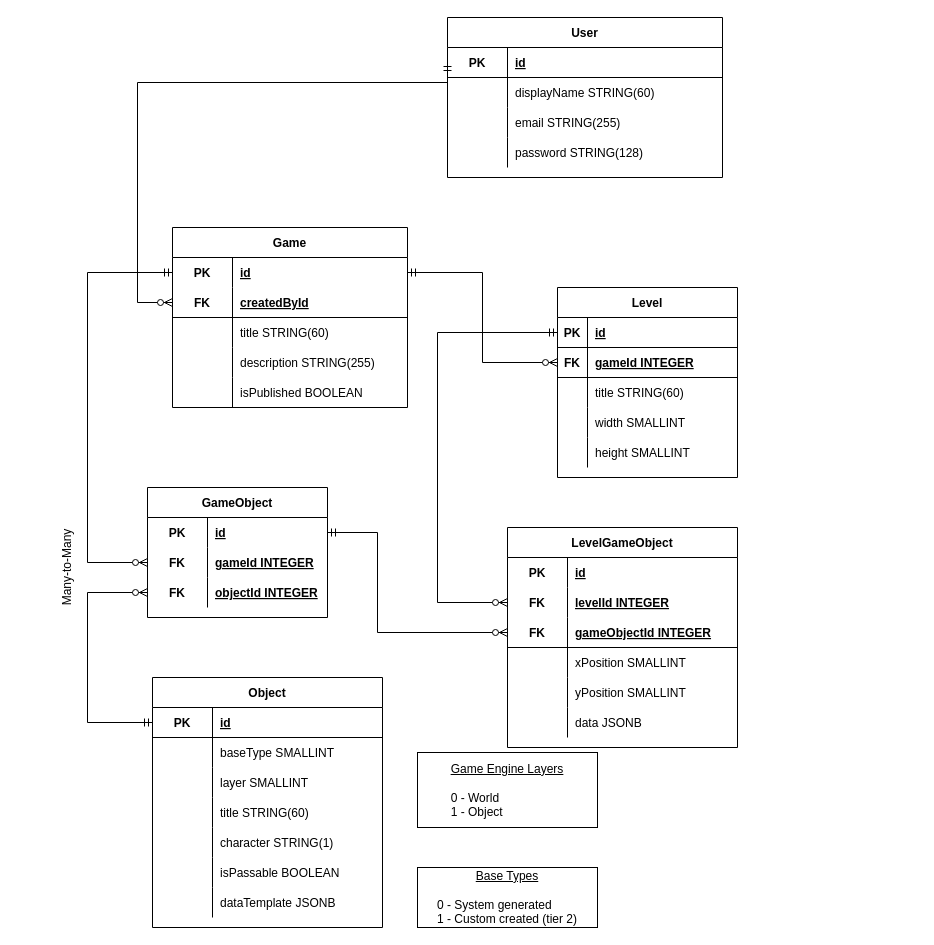
This is docs/DatabaseERD - tier 1.drawio from CS4450-ASCII/ASCIIDungeons, a draw.io file, before an edit. Source tidied: cells renumbered, new cells numbered last; positions are measured from the earlier drawing's top-left corner, leaving out a move shared by most shapes. Both pictures are drawn from the tidied source at 100%, with x=0, y=0 at pixel (17, 17).
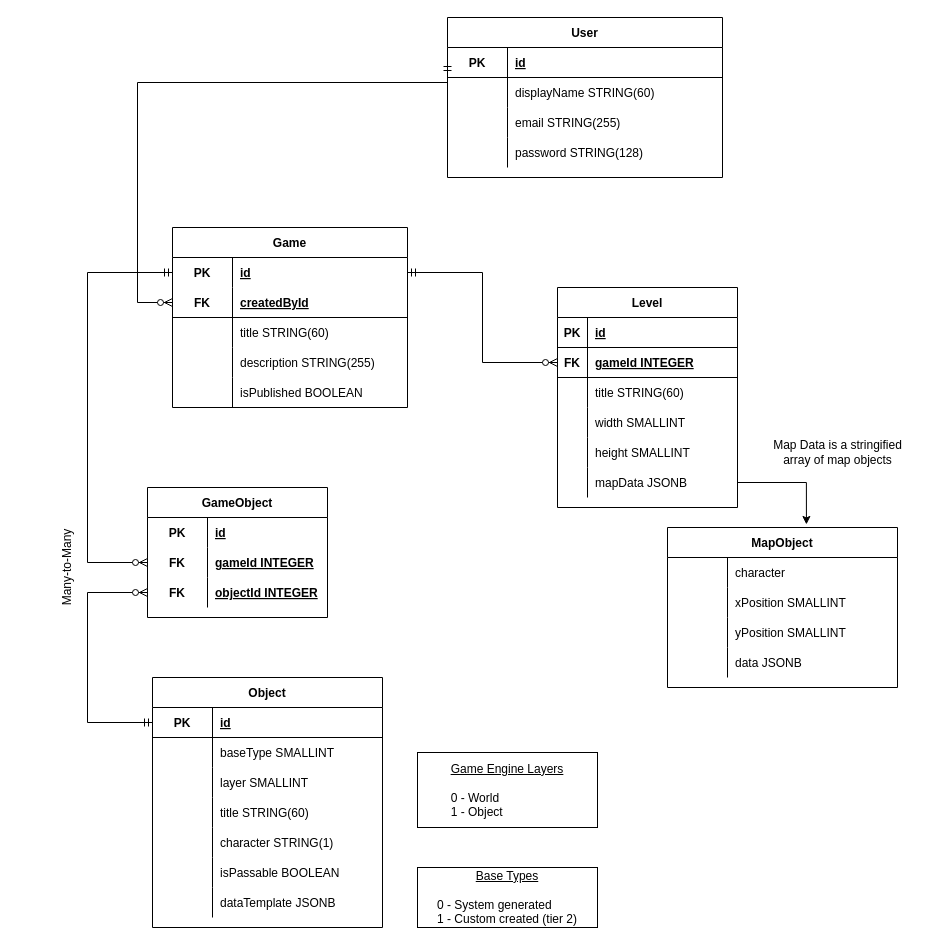
After the change.

Unchanged cells that the change refers to:
```xml
<mxCell id="32" style="shape=partialRectangle;fillColor=none;top=0;left=0;bottom=1;right=0;points=[[0,0.5],[1,0.5]];portConstraint=eastwest;" parent="31" vertex="1">
  <mxGeometry y="30" width="180" height="30" as="geometry" />
</mxCell>
<mxCell id="48" style="shape=partialRectangle;fillColor=none;top=0;left=0;bottom=0;right=0;" parent="47" vertex="1">
  <mxGeometry y="30" width="230" height="30" as="geometry" />
</mxCell>
<mxCell id="91" style="shape=partialRectangle;fillColor=none;top=0;left=0;bottom=0;right=0;points=[[0,0.5],[1,0.5]];portConstraint=eastwest;" parent="90" vertex="1">
  <mxGeometry y="30" width="180" height="30" as="geometry" />
</mxCell>
```

The edit, as a diff of the source:
```diff
@@
     <mxCell id="31" value="Level" style="shape=table;startSize=30;childLayout=tableLayout;rowLines=0;fontStyle=1;align=center;" parent="1" vertex="1">
-      <mxGeometry x="540" y="270" width="180" height="190" as="geometry" />
+      <mxGeometry x="540" y="270" width="180" height="220" as="geometry" />
     </mxCell>
@@
+    <mxCell id="107" style="shape=partialRectangle;fillColor=none;top=0;left=0;bottom=0;right=0;points=[[0,0.5],[1,0.5]];portConstraint=eastwest;" parent="31" vertex="1">
+      <mxGeometry y="180" width="180" height="30" as="geometry" />
+    </mxCell>
+    <mxCell id="108" style="shape=partialRectangle;fillColor=none;top=0;left=0;bottom=0;right=0;overflow=hidden;" parent="107" vertex="1">
+      <mxGeometry width="30" height="30" as="geometry" />
+    </mxCell>
+    <mxCell id="109" value="mapData JSONB" style="shape=partialRectangle;fillColor=none;top=0;left=0;bottom=0;right=0;align=left;spacingLeft=6;overflow=hidden;" parent="107" vertex="1">
+      <mxGeometry x="30" width="150" height="30" as="geometry" />
+    </mxCell>
-    <mxCell id="47" value="LevelGameObject" style="shape=table;startSize=30;childLayout=tableLayout;rowLines=0;fontStyle=1;align=center;" parent="1" vertex="1">
-      <mxGeometry x="490" y="510" width="230" height="220" as="geometry" />
+    <mxCell id="47" value="MapObject" style="shape=table;startSize=30;childLayout=tableLayout;rowLines=0;fontStyle=1;align=center;" parent="1" vertex="1">
+      <mxGeometry x="650" y="510" width="230" height="160" as="geometry" />
     </mxCell>
@@
-    <mxCell id="49" value="PK" style="shape=partialRectangle;fillColor=none;top=0;left=0;bottom=0;right=0;fontStyle=1;overflow=hidden;" parent="48" vertex="1">
-      <mxGeometry width="60" height="30" as="geometry" />
-    </mxCell>
-    <mxCell id="50" value="id" style="shape=partialRectangle;fillColor=none;top=0;left=0;bottom=0;right=0;align=left;spacingLeft=6;fontStyle=5;overflow=hidden;" parent="48" vertex="1">
-      <mxGeometry x="60" width="170" height="30" as="geometry" />
-    </mxCell>
-    <mxCell id="51" style="shape=partialRectangle;fillColor=none;top=0;left=0;bottom=0;right=0;points=[[0,0.5],[1,0.5]];portConstraint=eastwest;" parent="47" vertex="1">
-      <mxGeometry y="60" width="230" height="30" as="geometry" />
-    </mxCell>
-    <mxCell id="52" value="FK" style="shape=partialRectangle;fillColor=none;top=0;left=0;bottom=0;right=0;fontStyle=1;overflow=hidden;" parent="51" vertex="1">
-      <mxGeometry width="60" height="30" as="geometry" />
-    </mxCell>
-    <mxCell id="53" value="levelId INTEGER" style="shape=partialRectangle;fillColor=none;top=0;left=0;bottom=0;right=0;align=left;spacingLeft=6;fontStyle=5;overflow=hidden;" parent="51" vertex="1">
-      <mxGeometry x="60" width="170" height="30" as="geometry" />
-    </mxCell>
-    <mxCell id="54" style="shape=partialRectangle;fillColor=none;top=0;left=0;bottom=1;right=0;points=[[0,0.5],[1,0.5]];portConstraint=eastwest;" parent="47" vertex="1">
-      <mxGeometry y="90" width="230" height="30" as="geometry" />
-    </mxCell>
-    <mxCell id="55" value="FK" style="shape=partialRectangle;fillColor=none;top=0;left=0;bottom=0;right=0;fontStyle=1;overflow=hidden;" parent="54" vertex="1">
-      <mxGeometry width="60" height="30" as="geometry" />
-    </mxCell>
-    <mxCell id="56" value="gameObjectId INTEGER" style="shape=partialRectangle;fillColor=none;top=0;left=0;bottom=0;right=0;align=left;spacingLeft=6;fontStyle=5;overflow=hidden;" parent="54" vertex="1">
-      <mxGeometry x="60" width="170" height="30" as="geometry" />
-    </mxCell>
+    <mxCell id="110" style="shape=partialRectangle;fillColor=none;top=0;left=0;bottom=0;right=0;overflow=hidden;" parent="48" vertex="1">
+      <mxGeometry width="60" height="30" as="geometry" />
+    </mxCell>
+    <mxCell id="111" value="character" style="shape=partialRectangle;fillColor=none;top=0;left=0;bottom=0;right=0;align=left;spacingLeft=6;overflow=hidden;" parent="48" vertex="1">
+      <mxGeometry x="60" width="170" height="30" as="geometry" />
+    </mxCell>
     <mxCell id="57" style="shape=partialRectangle;fillColor=none;top=0;left=0;bottom=0;right=0;" parent="47" vertex="1">
-      <mxGeometry y="120" width="230" height="30" as="geometry" />
+      <mxGeometry y="60" width="230" height="30" as="geometry" />
     </mxCell>
@@
     <mxCell id="60" style="shape=partialRectangle;fillColor=none;top=0;left=0;bottom=0;right=0;" parent="47" vertex="1">
-      <mxGeometry y="150" width="230" height="30" as="geometry" />
+      <mxGeometry y="90" width="230" height="30" as="geometry" />
     </mxCell>
@@
     <mxCell id="63" style="shape=partialRectangle;fillColor=none;top=0;left=0;bottom=0;right=0;" parent="47" vertex="1">
-      <mxGeometry y="180" width="230" height="30" as="geometry" />
+      <mxGeometry y="120" width="230" height="30" as="geometry" />
     </mxCell>
@@
-    <mxCell id="102" style="edgeStyle=orthogonalEdgeStyle;rounded=0;jettySize=auto;html=1;exitX=0;exitY=0.5;exitDx=0;exitDy=0;entryX=0;entryY=0.5;entryDx=0;entryDy=0;startArrow=ERzeroToMany;startFill=1;endArrow=ERmandOne;endFill=0;" parent="1" edge="1" source="51" target="32">
-      <mxGeometry relative="1" as="geometry">
-        <Array as="points">
-          <mxPoint x="420" y="585" />
-          <mxPoint x="420" y="315" />
-        </Array>
-      </mxGeometry>
-    </mxCell>
-    <mxCell id="103" style="edgeStyle=orthogonalEdgeStyle;rounded=0;jettySize=auto;html=1;exitX=0;exitY=0.5;exitDx=0;exitDy=0;entryX=1;entryY=0.5;entryDx=0;entryDy=0;startArrow=ERzeroToMany;startFill=1;endArrow=ERmandOne;endFill=0;" parent="1" edge="1" source="54" target="91">
-      <mxGeometry relative="1" as="geometry">
-        <Array as="points">
-          <mxPoint x="360" y="615" />
-          <mxPoint x="360" y="515" />
-        </Array>
-      </mxGeometry>
-    </mxCell>
@@
+    <mxCell id="112" style="edgeStyle=orthogonalEdgeStyle;rounded=0;jettySize=auto;html=1;exitX=1;exitY=0.5;exitDx=0;exitDy=0;entryX=0.604;entryY=-0.019;entryDx=0;entryDy=0;entryPerimeter=0;" parent="1" edge="1" source="107" target="47">
+      <mxGeometry relative="1" as="geometry" />
+    </mxCell>
+    <mxCell id="113" value="Map Data is a&amp;nbsp;stringified &lt;br&gt;array of map objects" style="text;html=1;align=center;verticalAlign=middle;strokeColor=none;" parent="1" vertex="1">
+      <mxGeometry x="740" y="420" width="160" height="30" as="geometry" />
+    </mxCell>
```
